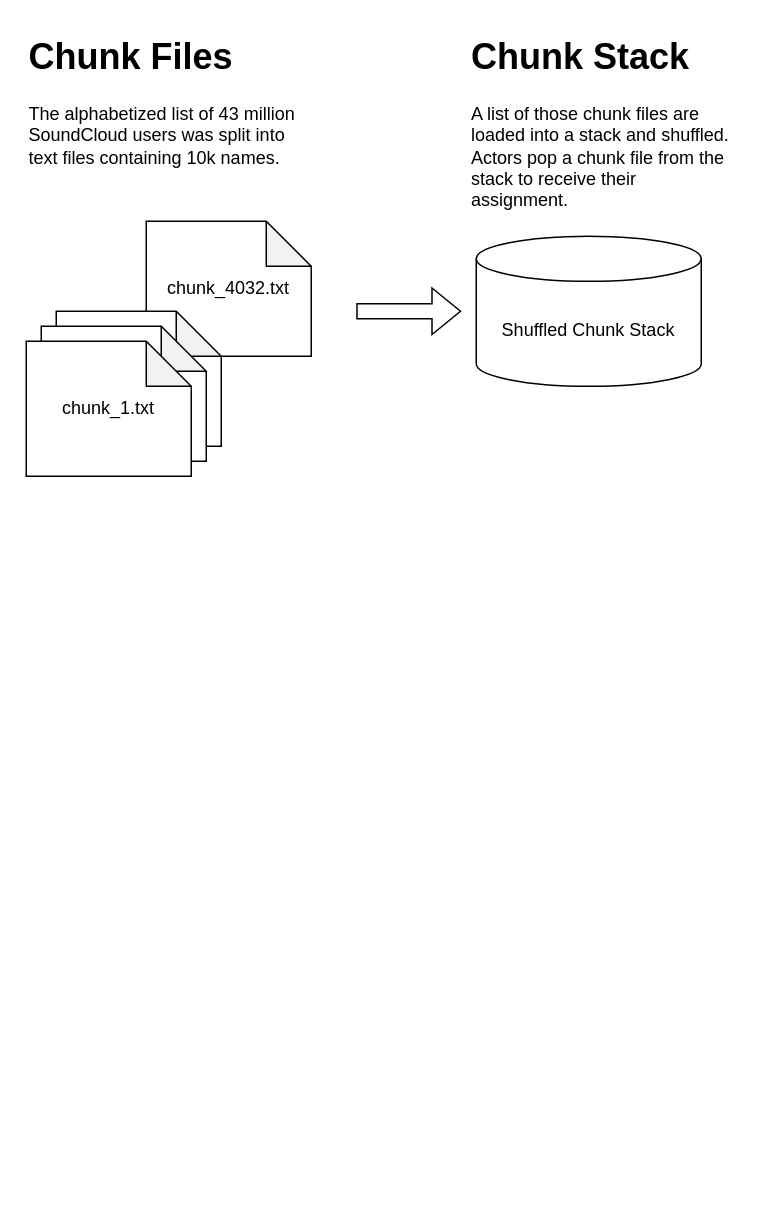
Above: page "Page-1" (1 of 2) of SoundCloudScraper.drawio in EricOrrDev/Diagrams (draw.io), before the change. Source tidied: cells renumbered, new cells numbered last; positions are measured from the earlier drawing's top-left corner, leaving out a move shared by most shapes. Both pictures are drawn from the tidied source at 150%, with x=0, y=0 at pixel (26, 26).
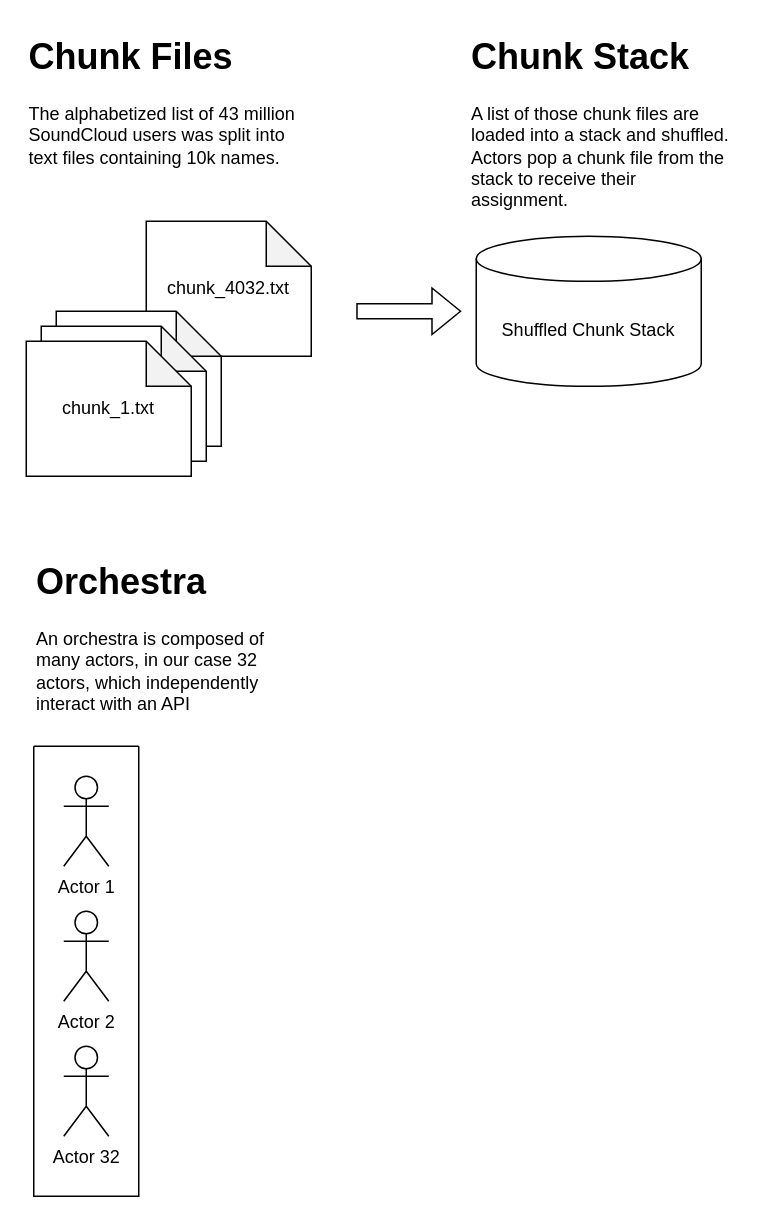
The same diagram, later.

Diff of the diagram source:
```diff
@@
 <mxGraphModel>
   <root>
     <mxCell id="0" />
     <mxCell id="1" parent="0" />
     <mxCell id="2" style="group;" parent="1" vertex="1">
       <mxGeometry width="190" height="300" as="geometry" />
     </mxCell>
     <mxCell id="3" style="group;" parent="2" vertex="1">
       <mxGeometry y="130" width="190" height="170" as="geometry" />
     </mxCell>
     <mxCell id="4" value="&lt;div&gt;chunk_4032.txt&lt;/div&gt;" style="shape=note;whiteSpace=wrap;html=1;backgroundOutline=1;darkOpacity=0.05;" parent="3" vertex="1">
       <mxGeometry x="80" width="110" height="90" as="geometry" />
     </mxCell>
     <mxCell id="5" style="shape=note;whiteSpace=wrap;html=1;backgroundOutline=1;darkOpacity=0.05;" parent="3" vertex="1">
       <mxGeometry x="20" y="60" width="110" height="90" as="geometry" />
     </mxCell>
     <mxCell id="6" style="shape=note;whiteSpace=wrap;html=1;backgroundOutline=1;darkOpacity=0.05;" parent="3" vertex="1">
       <mxGeometry x="10" y="70" width="110" height="90" as="geometry" />
     </mxCell>
     <mxCell id="7" value="&lt;div&gt;chunk_1.txt&lt;/div&gt;" style="shape=note;whiteSpace=wrap;html=1;backgroundOutline=1;darkOpacity=0.05;" parent="3" vertex="1">
       <mxGeometry y="80" width="110" height="90" as="geometry" />
     </mxCell>
     <mxCell id="8" value="&lt;h1 style=&quot;margin-top: 0px;&quot;&gt;Chunk Files&lt;br&gt;&lt;/h1&gt;&lt;p&gt;The alphabetized list of 43 million SoundCloud users was split into text files containing 10k names.&lt;br&gt;&lt;/p&gt;" style="text;html=1;whiteSpace=wrap;overflow=hidden;rounded=0;" parent="2" vertex="1">
       <mxGeometry width="180" height="100" as="geometry" />
     </mxCell>
     <mxCell id="9" style="shape=flexArrow;endArrow=classic;html=1;rounded=0;" parent="1" edge="1">
       <mxGeometry relative="1" as="geometry">
         <mxPoint x="220" y="190" as="sourcePoint" />
         <mxPoint x="290" y="190" as="targetPoint" />
       </mxGeometry>
     </mxCell>
     <mxCell id="10" style="group;" parent="1" vertex="1">
       <mxGeometry x="295" width="180" height="240" as="geometry" />
     </mxCell>
     <mxCell id="11" value="Shuffled Chunk Stack" style="shape=cylinder3;whiteSpace=wrap;html=1;boundedLbl=1;backgroundOutline=1;size=15;" parent="10" vertex="1">
       <mxGeometry x="5" y="140" width="150" height="100" as="geometry" />
     </mxCell>
     <mxCell id="12" value="&lt;h1 style=&quot;margin-top: 0px;&quot;&gt;Chunk Stack&lt;br&gt;&lt;/h1&gt;&lt;p&gt;A list of those chunk files are loaded into a stack and shuffled. Actors pop a chunk file from the stack to receive their assignment.&lt;br&gt;&lt;/p&gt;" style="text;html=1;whiteSpace=wrap;overflow=hidden;rounded=0;" parent="10" vertex="1">
       <mxGeometry width="180" height="120" as="geometry" />
     </mxCell>
+    <mxCell id="13" style="swimlane;startSize=0;" parent="1" vertex="1">
+      <mxGeometry x="5" y="480" width="70" height="300" as="geometry" />
+    </mxCell>
+    <mxCell id="14" value="Actor 32" style="shape=umlActor;verticalLabelPosition=bottom;verticalAlign=top;html=1;" parent="13" vertex="1">
+      <mxGeometry x="20" y="200" width="30" height="60" as="geometry" />
+    </mxCell>
+    <mxCell id="15" style="group;" parent="13" vertex="1">
+      <mxGeometry x="20" y="20" width="30" height="150" as="geometry" />
+    </mxCell>
+    <mxCell id="16" value="Actor 1" style="shape=umlActor;verticalLabelPosition=bottom;verticalAlign=top;html=1;" parent="15" vertex="1">
+      <mxGeometry width="30" height="60" as="geometry" />
+    </mxCell>
+    <mxCell id="17" value="Actor 2" style="shape=umlActor;verticalLabelPosition=bottom;verticalAlign=top;html=1;" parent="15" vertex="1">
+      <mxGeometry y="90" width="30" height="60" as="geometry" />
+    </mxCell>
+    <mxCell id="18" value="&lt;h1 style=&quot;margin-top: 0px;&quot;&gt;Orchestra&lt;br&gt;&lt;/h1&gt;&lt;p&gt;An orchestra is composed of many actors, in our case 32 actors, which independently interact with an API&lt;br&gt;&lt;/p&gt;" style="text;html=1;whiteSpace=wrap;overflow=hidden;rounded=0;" parent="1" vertex="1">
+      <mxGeometry x="5" y="350" width="180" height="120" as="geometry" />
+    </mxCell>
   </root>
 </mxGraphModel>
```
